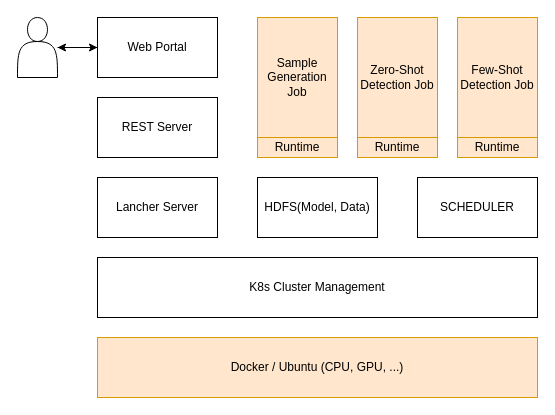
The draw.io diagram structure.drawio in foreignbill/drawio, before the edit. Source tidied: cells renumbered, new cells numbered last; positions are measured from the earlier drawing's top-left corner, leaving out a move shared by most shapes. Both pictures are drawn from the tidied source at 100%, with x=0, y=0 at pixel (17, 17).
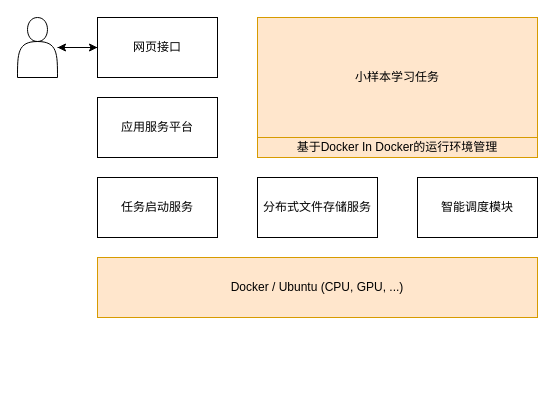
The same diagram, later.

Diff of the diagram source:
```diff
@@
 <mxGraphModel>
   <root>
     <mxCell id="0" />
     <mxCell id="1" parent="0" />
     <mxCell id="2" style="edgeStyle=orthogonalEdgeStyle;rounded=0;jettySize=auto;html=1;" parent="1" edge="1" source="3" target="5">
       <mxGeometry relative="1" as="geometry" />
     </mxCell>
     <mxCell id="3" style="shape=actor;whiteSpace=wrap;html=1;" parent="1" vertex="1">
       <mxGeometry width="40" height="60" as="geometry" />
     </mxCell>
     <mxCell id="4" style="edgeStyle=orthogonalEdgeStyle;rounded=0;jettySize=auto;html=1;" parent="1" edge="1" source="5" target="3">
       <mxGeometry relative="1" as="geometry" />
     </mxCell>
-    <mxCell id="5" value="Web Portal" style="rounded=0;whiteSpace=wrap;html=1;" parent="1" vertex="1">
+    <mxCell id="5" value="网页接口" style="rounded=0;whiteSpace=wrap;html=1;" parent="1" vertex="1">
       <mxGeometry x="80" width="120" height="60" as="geometry" />
     </mxCell>
-    <mxCell id="6" value="REST Server" style="rounded=0;whiteSpace=wrap;html=1;" parent="1" vertex="1">
+    <mxCell id="6" value="应用服务平台" style="rounded=0;whiteSpace=wrap;html=1;" parent="1" vertex="1">
       <mxGeometry x="80" y="80" width="120" height="60" as="geometry" />
     </mxCell>
-    <mxCell id="7" value="Lancher Server" style="rounded=0;whiteSpace=wrap;html=1;" parent="1" vertex="1">
+    <mxCell id="7" value="任务启动服务" style="rounded=0;whiteSpace=wrap;html=1;" parent="1" vertex="1">
       <mxGeometry x="80" y="160" width="120" height="60" as="geometry" />
     </mxCell>
-    <mxCell id="8" value="HDFS(Model, Data)" style="rounded=0;whiteSpace=wrap;html=1;" parent="1" vertex="1">
+    <mxCell id="8" value="分布式文件存储服务" style="rounded=0;whiteSpace=wrap;html=1;" parent="1" vertex="1">
       <mxGeometry x="240" y="160" width="120" height="60" as="geometry" />
     </mxCell>
-    <mxCell id="9" value="SCHEDULER" style="rounded=0;whiteSpace=wrap;html=1;" parent="1" vertex="1">
+    <mxCell id="9" value="智能调度模块" style="rounded=0;whiteSpace=wrap;html=1;" parent="1" vertex="1">
       <mxGeometry x="400" y="160" width="120" height="60" as="geometry" />
     </mxCell>
-    <mxCell id="10" value="K8s Cluster Management" style="rounded=0;whiteSpace=wrap;html=1;" parent="1" vertex="1">
-      <mxGeometry x="80" y="240" width="440" height="60" as="geometry" />
-    </mxCell>
     <mxCell id="11" value="Docker / Ubuntu (CPU, GPU, ...)" style="rounded=0;whiteSpace=wrap;html=1;fillColor=#ffe6cc;strokeColor=#d79b00;" parent="1" vertex="1">
-      <mxGeometry x="80" y="320" width="440" height="60" as="geometry" />
+      <mxGeometry x="80" y="240" width="440" height="60" as="geometry" />
     </mxCell>
-    <mxCell id="12" value="Few-Shot Detection Job" style="rounded=0;whiteSpace=wrap;html=1;fillColor=#ffe6cc;strokeColor=#d79b00;" parent="1" vertex="1">
-      <mxGeometry x="440" width="80" height="120" as="geometry" />
-    </mxCell>
-    <mxCell id="13" value="Zero-Shot Detection Job" style="rounded=0;whiteSpace=wrap;html=1;fillColor=#ffe6cc;strokeColor=#d79b00;" parent="1" vertex="1">
-      <mxGeometry x="340" width="80" height="120" as="geometry" />
+    <mxCell id="13" value="小样本学习任务" style="rounded=0;whiteSpace=wrap;html=1;fillColor=#ffe6cc;strokeColor=#d79b00;" parent="1" vertex="1">
+      <mxGeometry x="240" width="280" height="120" as="geometry" />
     </mxCell>
-    <mxCell id="14" value="Sample Generation Job" style="rounded=0;whiteSpace=wrap;html=1;fillColor=#ffe6cc;strokeColor=#d79b00;glass=0;sketch=0;shadow=0;absoluteArcSize=0;noLabel=0;direction=west;" parent="1" vertex="1">
-      <mxGeometry x="240" width="80" height="120" as="geometry" />
-    </mxCell>
-    <mxCell id="15" value="Runtime" style="rounded=0;whiteSpace=wrap;html=1;shadow=0;glass=0;sketch=0;fillColor=#ffe6cc;strokeColor=#d79b00;" parent="1" vertex="1">
-      <mxGeometry x="240" y="120" width="80" height="20" as="geometry" />
-    </mxCell>
-    <mxCell id="16" value="Runtime" style="rounded=0;whiteSpace=wrap;html=1;shadow=0;glass=0;sketch=0;fillColor=#ffe6cc;strokeColor=#d79b00;" parent="1" vertex="1">
-      <mxGeometry x="340" y="120" width="80" height="20" as="geometry" />
+    <mxCell id="16" value="基于Docker In Docker的运行环境管理" style="rounded=0;whiteSpace=wrap;html=1;shadow=0;glass=0;sketch=0;fillColor=#ffe6cc;strokeColor=#d79b00;" parent="1" vertex="1">
+      <mxGeometry x="240" y="120" width="280" height="20" as="geometry" />
     </mxCell>
-    <mxCell id="17" value="Runtime" style="rounded=0;whiteSpace=wrap;html=1;shadow=0;glass=0;sketch=0;fillColor=#ffe6cc;strokeColor=#d79b00;" parent="1" vertex="1">
-      <mxGeometry x="440" y="120" width="80" height="20" as="geometry" />
-    </mxCell>
   </root>
 </mxGraphModel>
```
